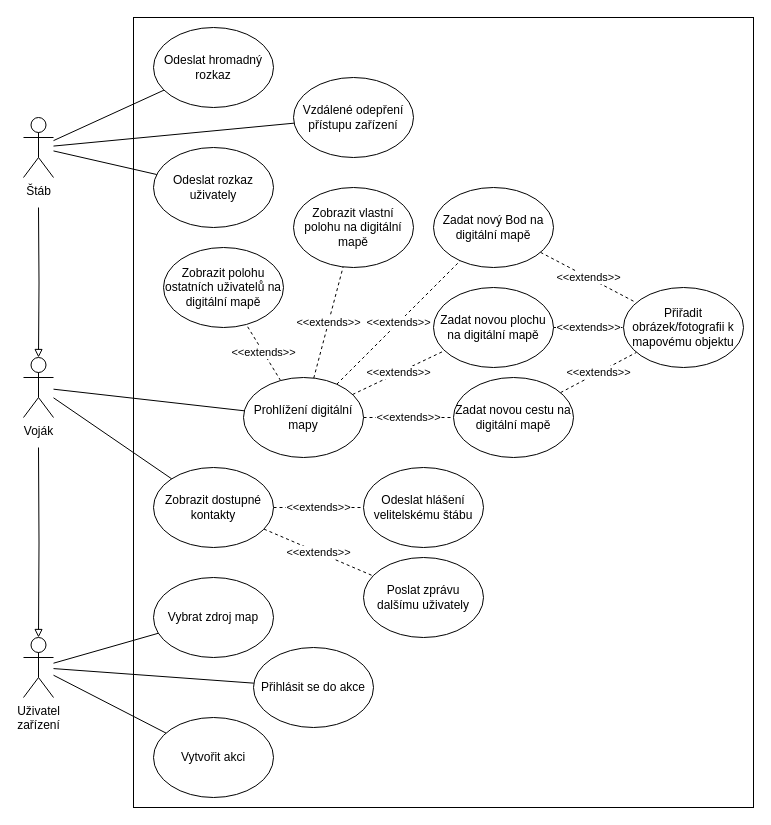
Before: doc/design/use_case.drawio in Revarin/dp24-milapp-perina, a draw.io diagram. Source tidied: cells renumbered, new cells numbered last; positions are measured from the earlier drawing's top-left corner, leaving out a move shared by most shapes. Both pictures are drawn from the tidied source at 100%, with x=0, y=0 at pixel (23, 17).
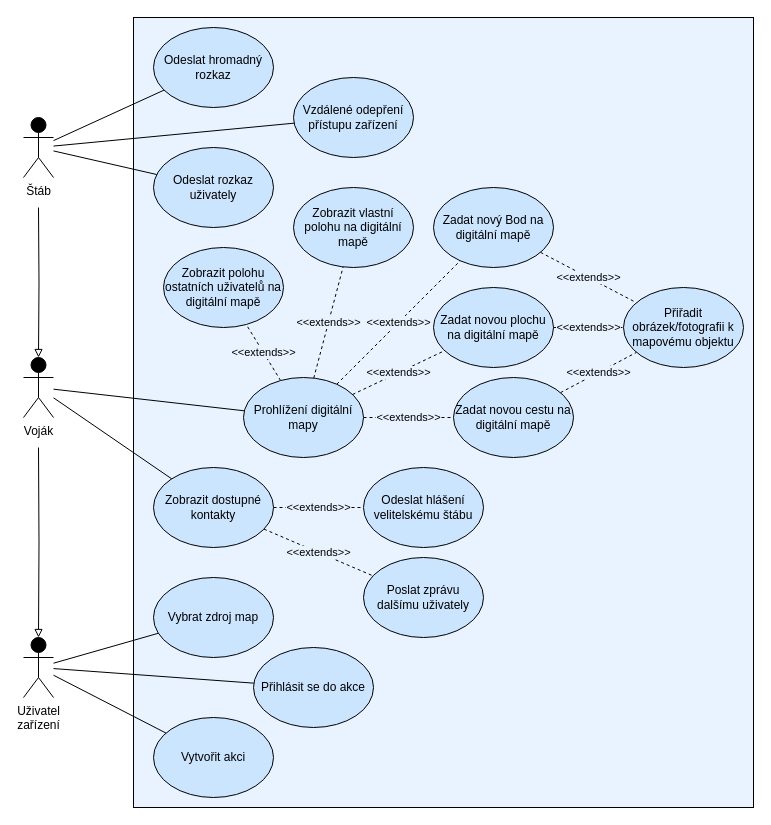
The same page after the edit.

The edit, as a diff of the source:
```diff
@@
+    <mxCell id="41" style="rounded=0;whiteSpace=wrap;html=1;fillColor=#E8F3FF;" parent="1" vertex="1">
+      <mxGeometry x="110" width="620" height="790" as="geometry" />
+    </mxCell>
-    <mxCell id="2" value="Zobrazit vlastní polohu na digitální mapě" style="ellipse;whiteSpace=wrap;html=1;" parent="1" vertex="1">
+    <mxCell id="2" value="Zobrazit vlastní polohu na digitální mapě" style="ellipse;whiteSpace=wrap;html=1;fillColor=#CCE5FF;" parent="1" vertex="1">
       <mxGeometry x="270" y="170" width="120" height="80" as="geometry" />
     </mxCell>
-    <mxCell id="3" value="&amp;lt;&amp;lt;extends&amp;gt;&amp;gt;" style="rounded=0;jettySize=auto;html=1;endArrow=none;endFill=0;dashed=1;" parent="1" edge="1" source="4" target="10">
+    <mxCell id="3" value="&amp;lt;&amp;lt;extends&amp;gt;&amp;gt;" style="rounded=0;jettySize=auto;html=1;endArrow=none;endFill=0;dashed=1;labelBackgroundColor=#E8F3FF;" parent="1" edge="1" source="4" target="10">
       <mxGeometry relative="1" as="geometry" />
     </mxCell>
-    <mxCell id="4" value="Zadat nový Bod na digitální mapě" style="ellipse;whiteSpace=wrap;html=1;" parent="1" vertex="1">
+    <mxCell id="4" value="Zadat nový Bod na digitální mapě" style="ellipse;whiteSpace=wrap;html=1;fillColor=#CCE5FF;" parent="1" vertex="1">
       <mxGeometry x="410" y="170" width="120" height="80" as="geometry" />
     </mxCell>
-    <mxCell id="5" value="&amp;lt;&amp;lt;extends&amp;gt;&amp;gt;" style="rounded=0;jettySize=auto;html=1;dashed=1;endArrow=none;endFill=0;" parent="1" edge="1" source="6" target="10">
+    <mxCell id="5" value="&amp;lt;&amp;lt;extends&amp;gt;&amp;gt;" style="rounded=0;jettySize=auto;html=1;dashed=1;endArrow=none;endFill=0;labelBackgroundColor=#E8F3FF;" parent="1" edge="1" source="6" target="10">
       <mxGeometry relative="1" as="geometry" />
     </mxCell>
-    <mxCell id="6" value="Zadat novou plochu na digitální mapě" style="ellipse;whiteSpace=wrap;html=1;" parent="1" vertex="1">
+    <mxCell id="6" value="Zadat novou plochu na digitální mapě" style="ellipse;whiteSpace=wrap;html=1;fillColor=#CCE5FF;" parent="1" vertex="1">
       <mxGeometry x="410" y="270" width="120" height="80" as="geometry" />
     </mxCell>
-    <mxCell id="7" value="Zobrazit polohu ostatních uživatelů na digitální mapě" style="ellipse;whiteSpace=wrap;html=1;" parent="1" vertex="1">
+    <mxCell id="7" value="Zobrazit polohu ostatních uživatelů na digitální mapě" style="ellipse;whiteSpace=wrap;html=1;fillColor=#CCE5FF;" parent="1" vertex="1">
       <mxGeometry x="140" y="230" width="120" height="80" as="geometry" />
     </mxCell>
-    <mxCell id="8" value="&amp;lt;&amp;lt;extends&amp;gt;&amp;gt;" style="rounded=0;jettySize=auto;html=1;dashed=1;endArrow=none;endFill=0;" parent="1" edge="1" source="9" target="10">
+    <mxCell id="8" value="&amp;lt;&amp;lt;extends&amp;gt;&amp;gt;" style="rounded=0;jettySize=auto;html=1;dashed=1;endArrow=none;endFill=0;labelBackgroundColor=#E8F3FF;" parent="1" edge="1" source="9" target="10">
       <mxGeometry relative="1" as="geometry" />
     </mxCell>
-    <mxCell id="9" value="Zadat novou cestu na digitální mapě" style="ellipse;whiteSpace=wrap;html=1;" parent="1" vertex="1">
+    <mxCell id="9" value="Zadat novou cestu na digitální mapě" style="ellipse;whiteSpace=wrap;html=1;fillColor=#CCE5FF;" parent="1" vertex="1">
       <mxGeometry x="430" y="360" width="120" height="80" as="geometry" />
     </mxCell>
-    <mxCell id="10" value="Přiřadit obrázek/fotografii k mapovému objektu" style="ellipse;whiteSpace=wrap;html=1;" parent="1" vertex="1">
+    <mxCell id="10" value="Přiřadit obrázek/fotografii k mapovému objektu" style="ellipse;whiteSpace=wrap;html=1;fillColor=#CCE5FF;" parent="1" vertex="1">
       <mxGeometry x="600" y="270" width="120" height="80" as="geometry" />
     </mxCell>
-    <mxCell id="11" value="&amp;lt;&amp;lt;extends&amp;gt;&amp;gt;" style="rounded=0;jettySize=auto;html=1;dashed=1;endArrow=none;endFill=0;" parent="1" edge="1" source="13" target="14">
+    <mxCell id="11" value="&amp;lt;&amp;lt;extends&amp;gt;&amp;gt;" style="rounded=0;jettySize=auto;html=1;dashed=1;endArrow=none;endFill=0;labelBackgroundColor=#E8F3FF;" parent="1" edge="1" source="13" target="14">
       <mxGeometry relative="1" as="geometry" />
     </mxCell>
-    <mxCell id="12" value="&amp;lt;&amp;lt;extends&amp;gt;&amp;gt;" style="rounded=0;jettySize=auto;html=1;dashed=1;endArrow=none;endFill=0;" parent="1" edge="1" source="13" target="15">
+    <mxCell id="12" value="&amp;lt;&amp;lt;extends&amp;gt;&amp;gt;" style="rounded=0;jettySize=auto;html=1;dashed=1;endArrow=none;endFill=0;labelBackgroundColor=#E8F3FF;" parent="1" edge="1" source="13" target="15">
       <mxGeometry relative="1" as="geometry" />
     </mxCell>
-    <mxCell id="13" value="Zobrazit dostupné kontakty" style="ellipse;whiteSpace=wrap;html=1;" parent="1" vertex="1">
+    <mxCell id="13" value="Zobrazit dostupné kontakty" style="ellipse;whiteSpace=wrap;html=1;fillColor=#CCE5FF;" parent="1" vertex="1">
       <mxGeometry x="130" y="450" width="120" height="80" as="geometry" />
     </mxCell>
-    <mxCell id="14" value="Odeslat hlášení velitelskému štábu" style="ellipse;whiteSpace=wrap;html=1;" parent="1" vertex="1">
+    <mxCell id="14" value="Odeslat hlášení velitelskému štábu" style="ellipse;whiteSpace=wrap;html=1;fillColor=#CCE5FF;" parent="1" vertex="1">
       <mxGeometry x="340" y="450" width="120" height="80" as="geometry" />
     </mxCell>
-    <mxCell id="15" value="Poslat zprávu dalšímu uživately" style="ellipse;whiteSpace=wrap;html=1;" parent="1" vertex="1">
+    <mxCell id="15" value="Poslat zprávu dalšímu uživately" style="ellipse;whiteSpace=wrap;html=1;fillColor=#CCE5FF;" parent="1" vertex="1">
       <mxGeometry x="340" y="540" width="120" height="80" as="geometry" />
     </mxCell>
-    <mxCell id="16" value="Odeslat rozkaz uživately" style="ellipse;whiteSpace=wrap;html=1;" parent="1" vertex="1">
+    <mxCell id="16" value="Odeslat rozkaz uživately" style="ellipse;whiteSpace=wrap;html=1;fillColor=#CCE5FF;" parent="1" vertex="1">
       <mxGeometry x="130" y="130" width="120" height="80" as="geometry" />
     </mxCell>
-    <mxCell id="17" value="Vzdálené odepření přístupu zařízení" style="ellipse;whiteSpace=wrap;html=1;" parent="1" vertex="1">
+    <mxCell id="17" value="Vzdálené odepření přístupu zařízení" style="ellipse;whiteSpace=wrap;html=1;fillColor=#CCE5FF;" parent="1" vertex="1">
       <mxGeometry x="270" y="60" width="120" height="80" as="geometry" />
     </mxCell>
-    <mxCell id="18" value="&amp;lt;&amp;lt;extends&amp;gt;&amp;gt;" style="rounded=0;jettySize=auto;html=1;dashed=1;endArrow=none;endFill=0;" parent="1" edge="1" source="23" target="7">
+    <mxCell id="18" value="&amp;lt;&amp;lt;extends&amp;gt;&amp;gt;" style="rounded=0;jettySize=auto;html=1;dashed=1;endArrow=none;endFill=0;labelBackgroundColor=#E8F3FF;" parent="1" edge="1" source="23" target="7">
       <mxGeometry relative="1" as="geometry" />
     </mxCell>
-    <mxCell id="19" value="&amp;lt;&amp;lt;extends&amp;gt;&amp;gt;" style="rounded=0;jettySize=auto;html=1;dashed=1;endArrow=none;endFill=0;" parent="1" edge="1" source="23" target="2">
+    <mxCell id="19" value="&amp;lt;&amp;lt;extends&amp;gt;&amp;gt;" style="rounded=0;jettySize=auto;html=1;dashed=1;endArrow=none;endFill=0;labelBackgroundColor=#E8F3FF;" parent="1" edge="1" source="23" target="2">
       <mxGeometry relative="1" as="geometry" />
     </mxCell>
-    <mxCell id="20" value="&amp;lt;&amp;lt;extends&amp;gt;&amp;gt;" style="rounded=0;jettySize=auto;html=1;dashed=1;endArrow=none;endFill=0;" parent="1" edge="1" source="23" target="4">
+    <mxCell id="20" value="&amp;lt;&amp;lt;extends&amp;gt;&amp;gt;" style="rounded=0;jettySize=auto;html=1;dashed=1;endArrow=none;endFill=0;labelBackgroundColor=#E8F3FF;" parent="1" edge="1" source="23" target="4">
       <mxGeometry relative="1" as="geometry" />
     </mxCell>
-    <mxCell id="21" value="&amp;lt;&amp;lt;extends&amp;gt;&amp;gt;" style="rounded=0;jettySize=auto;html=1;dashed=1;endArrow=none;endFill=0;" parent="1" edge="1" source="23" target="6">
+    <mxCell id="21" value="&amp;lt;&amp;lt;extends&amp;gt;&amp;gt;" style="rounded=0;jettySize=auto;html=1;dashed=1;endArrow=none;endFill=0;labelBackgroundColor=#E8F3FF;" parent="1" edge="1" source="23" target="6">
       <mxGeometry relative="1" as="geometry" />
     </mxCell>
-    <mxCell id="22" value="&amp;lt;&amp;lt;extends&amp;gt;&amp;gt;" style="rounded=0;jettySize=auto;html=1;dashed=1;endArrow=none;endFill=0;" parent="1" edge="1" source="23" target="9">
+    <mxCell id="22" value="&amp;lt;&amp;lt;extends&amp;gt;&amp;gt;" style="rounded=0;jettySize=auto;html=1;dashed=1;endArrow=none;endFill=0;labelBackgroundColor=#E8F3FF;" parent="1" edge="1" source="23" target="9">
       <mxGeometry relative="1" as="geometry" />
     </mxCell>
-    <mxCell id="23" value="Prohlížení digitální mapy" style="ellipse;whiteSpace=wrap;html=1;" parent="1" vertex="1">
+    <mxCell id="23" value="Prohlížení digitální mapy" style="ellipse;whiteSpace=wrap;html=1;fillColor=#CCE5FF;" parent="1" vertex="1">
       <mxGeometry x="220" y="360" width="120" height="80" as="geometry" />
     </mxCell>
-    <mxCell id="24" value="Vytvořit akci" style="ellipse;whiteSpace=wrap;html=1;" parent="1" vertex="1">
+    <mxCell id="24" value="Vytvořit akci" style="ellipse;whiteSpace=wrap;html=1;fillColor=#CCE5FF;" parent="1" vertex="1">
       <mxGeometry x="130" y="700" width="120" height="80" as="geometry" />
     </mxCell>
-    <mxCell id="25" value="Přihlásit se do akce" style="ellipse;whiteSpace=wrap;html=1;" parent="1" vertex="1">
+    <mxCell id="25" value="Přihlásit se do akce" style="ellipse;whiteSpace=wrap;html=1;fillColor=#CCE5FF;" parent="1" vertex="1">
       <mxGeometry x="230" y="630" width="120" height="80" as="geometry" />
     </mxCell>
-    <mxCell id="26" value="Odeslat hromadný rozkaz" style="ellipse;whiteSpace=wrap;html=1;" parent="1" vertex="1">
+    <mxCell id="26" value="Odeslat hromadný rozkaz" style="ellipse;whiteSpace=wrap;html=1;fillColor=#CCE5FF;" parent="1" vertex="1">
       <mxGeometry x="130" y="10" width="120" height="80" as="geometry" />
     </mxCell>
-    <mxCell id="27" value="Vybrat zdroj map" style="ellipse;whiteSpace=wrap;html=1;" parent="1" vertex="1">
+    <mxCell id="27" value="Vybrat zdroj map" style="ellipse;whiteSpace=wrap;html=1;fillColor=#CCE5FF;" parent="1" vertex="1">
       <mxGeometry x="130" y="560" width="120" height="80" as="geometry" />
     </mxCell>
@@
-    <mxCell id="31" value="Uživatel&lt;br&gt;zařízení" style="shape=umlActor;verticalLabelPosition=bottom;verticalAlign=top;html=1;outlineConnect=0;" parent="1" vertex="1">
+    <mxCell id="31" value="Uživatel&lt;br&gt;zařízení" style="shape=umlActor;verticalLabelPosition=bottom;verticalAlign=top;html=1;outlineConnect=0;fillColor=#000000;" parent="1" vertex="1">
       <mxGeometry y="620" width="30" height="60" as="geometry" />
     </mxCell>
@@
-    <mxCell id="35" value="Voják" style="shape=umlActor;verticalLabelPosition=bottom;verticalAlign=top;html=1;outlineConnect=0;" parent="1" vertex="1">
+    <mxCell id="35" value="Voják" style="shape=umlActor;verticalLabelPosition=bottom;verticalAlign=top;html=1;outlineConnect=0;fillColor=#000000;" parent="1" vertex="1">
       <mxGeometry y="340" width="30" height="60" as="geometry" />
     </mxCell>
@@
-    <mxCell id="40" value="Štáb" style="shape=umlActor;verticalLabelPosition=bottom;verticalAlign=top;html=1;outlineConnect=0;" parent="1" vertex="1">
+    <mxCell id="40" value="Štáb" style="shape=umlActor;verticalLabelPosition=bottom;verticalAlign=top;html=1;outlineConnect=0;fillColor=#000000;" parent="1" vertex="1">
       <mxGeometry y="100" width="30" height="60" as="geometry" />
     </mxCell>
-    <mxCell id="41" style="rounded=0;whiteSpace=wrap;html=1;fillColor=none;" parent="1" vertex="1">
-      <mxGeometry x="110" width="620" height="790" as="geometry" />
-    </mxCell>
```
